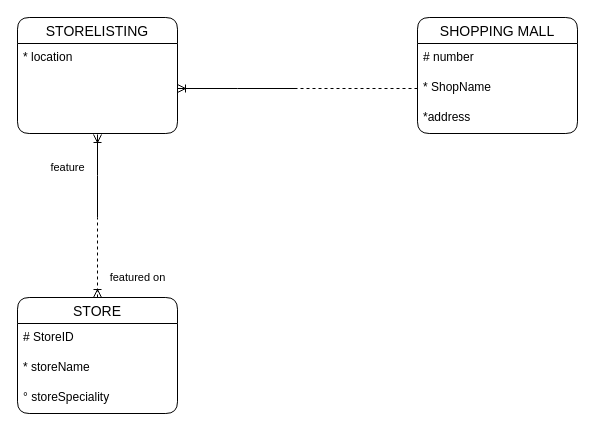
Earlier version of the draw.io diagram page "Page-1" (1 of 2) of store.drawio (iamdaniaph/ERD). Source tidied: cells renumbered, new cells numbered last; positions are measured from the earlier drawing's top-left corner, leaving out a move shared by most shapes. Both pictures are drawn from the tidied source at 100%, with x=0, y=0 at pixel (17, 17).
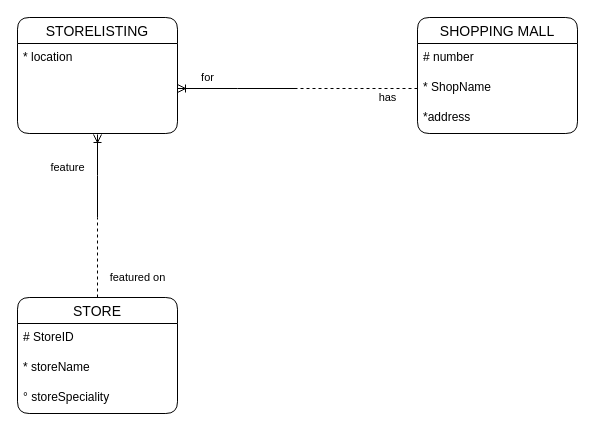
Above is the later version.

The change refers to these unchanged cells:
```xml
<mxCell id="4" value=" " style="text;strokeColor=none;fillColor=none;spacingLeft=4;spacingRight=4;overflow=hidden;points=[[0,0.5],[1,0.5]];portConstraint=eastwest;fontSize=12;" parent="2" vertex="1">
  <mxGeometry y="56" width="160" height="30" as="geometry" />
</mxCell>
<mxCell id="8" value="* ShopName" style="text;strokeColor=none;fillColor=none;spacingLeft=4;spacingRight=4;overflow=hidden;points=[[0,0.5],[1,0.5]];portConstraint=eastwest;fontSize=12;" parent="6" vertex="1">
  <mxGeometry y="56" width="160" height="30" as="geometry" />
</mxCell>
<mxCell id="11" value="STORE" style="swimlane;fontStyle=0;horizontal=1;startSize=26;align=center;fontSize=14;rounded=1;" parent="1" vertex="1">
  <mxGeometry y="280" width="160" height="116" as="geometry" />
</mxCell>
```

What changed in the source:
```diff
@@
-    <mxCell id="10" value="featured on" style="edgeStyle=orthogonalEdgeStyle;rounded=0;jettySize=auto;html=1;exitX=0.5;exitY=0;exitDx=0;exitDy=0;dashed=1;startArrow=ERoneToMany;startFill=0;endArrow=none;endFill=0;" parent="1" edge="1" source="11">
+    <mxCell id="10" value="featured on" style="edgeStyle=orthogonalEdgeStyle;rounded=0;jettySize=auto;html=1;exitX=0.5;exitY=0;exitDx=0;exitDy=0;dashed=1;startArrow=none;startFill=0;endArrow=none;endFill=0;" parent="1" edge="1" source="11">
       <mxGeometry x="-0.5" y="-40" relative="1" as="geometry">
         <mxPoint x="80" y="200" as="targetPoint" />
       </mxGeometry>
     </mxCell>
@@
-    <mxCell id="15" style="edgeStyle=orthogonalEdgeStyle;rounded=0;jettySize=auto;html=1;exitX=1;exitY=0.5;exitDx=0;exitDy=0;endArrow=none;endFill=0;startArrow=ERoneToMany;startFill=0;" parent="1" edge="1" source="4">
-      <mxGeometry relative="1" as="geometry">
+    <mxCell id="15" value="for" style="edgeStyle=orthogonalEdgeStyle;rounded=0;jettySize=auto;html=1;exitX=1;exitY=0.5;exitDx=0;exitDy=0;endArrow=none;endFill=0;startArrow=ERoneToMany;startFill=0;" parent="1" edge="1" source="4">
+      <mxGeometry x="-0.5" y="11" relative="1" as="geometry">
         <mxPoint x="280" y="71" as="targetPoint" />
       </mxGeometry>
     </mxCell>
-    <mxCell id="16" style="edgeStyle=orthogonalEdgeStyle;rounded=0;jettySize=auto;html=1;exitX=0;exitY=0.5;exitDx=0;exitDy=0;endArrow=none;endFill=0;dashed=1;" parent="1" edge="1" source="8">
-      <mxGeometry relative="1" as="geometry">
+    <mxCell id="16" value="has" style="edgeStyle=orthogonalEdgeStyle;rounded=0;jettySize=auto;html=1;exitX=0;exitY=0.5;exitDx=0;exitDy=0;endArrow=none;endFill=0;dashed=1;" parent="1" edge="1" source="8">
+      <mxGeometry x="-0.5" y="9" relative="1" as="geometry">
         <mxPoint x="280" y="71" as="targetPoint" />
       </mxGeometry>
     </mxCell>
```
